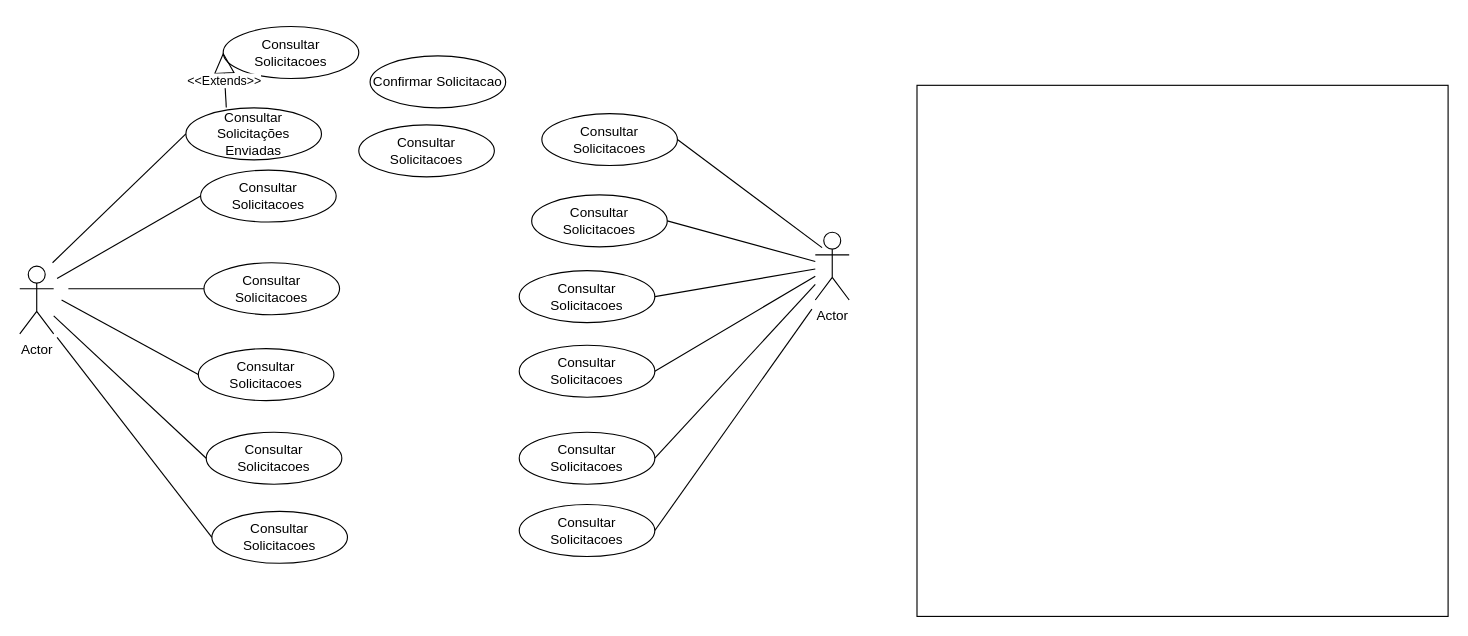
Before: diagrama_de_classe.drawio in sidnneygove/diagramas, a draw.io diagram. Source tidied: cells renumbered, new cells numbered last; positions are measured from the earlier drawing's top-left corner, leaving out a move shared by most shapes. Both pictures are drawn from the tidied source at 113%, with x=0, y=0 at pixel (19, 26).
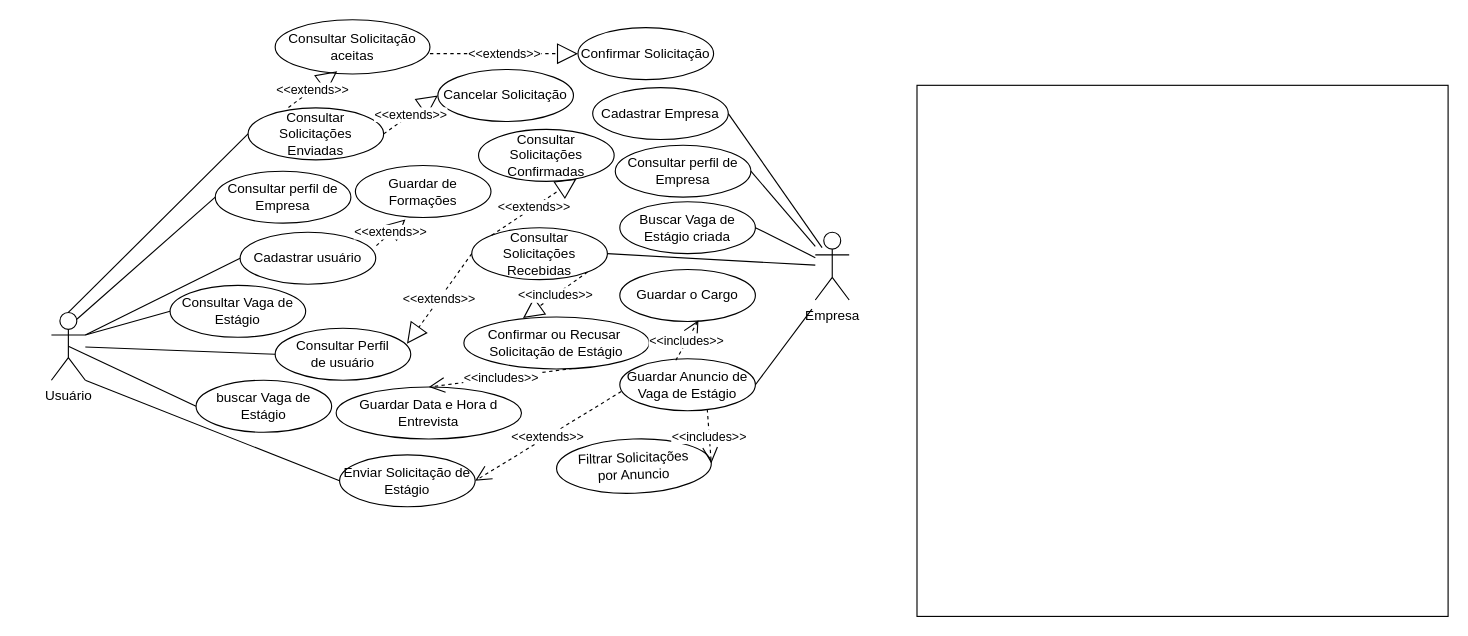
The same page after the edit.

Change to the diagram source:
```diff
@@
-    <mxCell id="3" value="Actor" style="shape=umlActor;verticalLabelPosition=bottom;verticalAlign=top;html=1;outlineConnect=0;" parent="1" vertex="1">
-      <mxGeometry y="212" width="30" height="60" as="geometry" />
+    <mxCell id="3" value="Usuário" style="shape=umlActor;verticalLabelPosition=bottom;verticalAlign=top;html=1;outlineConnect=0;" parent="1" vertex="1">
+      <mxGeometry x="28" y="253" width="30" height="60" as="geometry" />
     </mxCell>
-    <mxCell id="4" value="Consultar Solicitacoes" style="ellipse;whiteSpace=wrap;html=1;" parent="1" vertex="1">
-      <mxGeometry x="160" y="127" width="120" height="46" as="geometry" />
+    <mxCell id="4" value="Consultar perfil de Empresa" style="ellipse;whiteSpace=wrap;html=1;" parent="1" vertex="1">
+      <mxGeometry x="173" y="128" width="120" height="46" as="geometry" />
     </mxCell>
-    <mxCell id="5" value="Confirmar Solicitacao" style="ellipse;whiteSpace=wrap;html=1;" parent="1" vertex="1">
-      <mxGeometry x="310" y="26" width="120" height="46" as="geometry" />
+    <mxCell id="5" value="Confirmar Solicitação" style="ellipse;whiteSpace=wrap;html=1;" parent="1" vertex="1">
+      <mxGeometry x="494" y="1" width="120" height="46" as="geometry" />
     </mxCell>
-    <mxCell id="6" value="Consultar Solicitacoes" style="ellipse;whiteSpace=wrap;html=1;" parent="1" vertex="1">
-      <mxGeometry x="180" width="120" height="46" as="geometry" />
+    <mxCell id="6" value="Consultar Solicitação&lt;br&gt;aceitas" style="ellipse;whiteSpace=wrap;html=1;" parent="1" vertex="1">
+      <mxGeometry x="226" y="-6" width="137" height="48" as="geometry" />
     </mxCell>
-    <mxCell id="7" value="Consultar Solicitacoes" style="ellipse;whiteSpace=wrap;html=1;" parent="1" vertex="1">
-      <mxGeometry x="170" y="429" width="120" height="46" as="geometry" />
+    <mxCell id="7" value="Enviar Solicitação de Estágio" style="ellipse;whiteSpace=wrap;html=1;" parent="1" vertex="1">
+      <mxGeometry x="283" y="379" width="120" height="46" as="geometry" />
     </mxCell>
-    <mxCell id="8" value="Consultar Solicitacoes" style="ellipse;whiteSpace=wrap;html=1;" parent="1" vertex="1">
-      <mxGeometry x="163" y="209" width="120" height="46" as="geometry" />
+    <mxCell id="8" value="Consultar Vaga de Estágio" style="ellipse;whiteSpace=wrap;html=1;" parent="1" vertex="1">
+      <mxGeometry x="133" y="229" width="120" height="46" as="geometry" />
     </mxCell>
-    <mxCell id="9" value="Consultar Solicitacoes" style="ellipse;whiteSpace=wrap;html=1;" parent="1" vertex="1">
-      <mxGeometry x="165" y="359" width="120" height="46" as="geometry" />
+    <mxCell id="9" value="Consultar Perfil de&amp;nbsp;usuário" style="ellipse;whiteSpace=wrap;html=1;" parent="1" vertex="1">
+      <mxGeometry x="226" y="267" width="120" height="46" as="geometry" />
     </mxCell>
-    <mxCell id="10" value="Consultar Solicitacoes" style="ellipse;whiteSpace=wrap;html=1;" parent="1" vertex="1">
-      <mxGeometry x="158" y="285" width="120" height="46" as="geometry" />
+    <mxCell id="10" value="buscar Vaga de Estágio" style="ellipse;whiteSpace=wrap;html=1;" parent="1" vertex="1">
+      <mxGeometry x="156" y="313" width="120" height="46" as="geometry" />
     </mxCell>
     <mxCell id="11" value="Consultar Solicitações&lt;br&gt;Enviadas" style="ellipse;whiteSpace=wrap;html=1;" parent="1" vertex="1">
-      <mxGeometry x="147" y="72" width="120" height="46" as="geometry" />
+      <mxGeometry x="202" y="72" width="120" height="46" as="geometry" />
     </mxCell>
-    <mxCell id="12" style="endArrow=none;html=1;rounded=0;entryX=0;entryY=0.5;entryDx=0;entryDy=0;" parent="1" edge="1" target="11">
-      <mxGeometry relative="1" as="geometry">
-        <mxPoint x="29" y="209" as="sourcePoint" />
-      </mxGeometry>
+    <mxCell id="12" style="endArrow=none;html=1;rounded=0;entryX=0;entryY=0.5;entryDx=0;entryDy=0;exitX=0.5;exitY=0;exitDx=0;exitDy=0;exitPerimeter=0;" parent="1" edge="1" source="3" target="11">
+      <mxGeometry relative="1" as="geometry" />
     </mxCell>
-    <mxCell id="13" style="endArrow=none;html=1;rounded=0;entryX=0;entryY=0.5;entryDx=0;entryDy=0;" parent="1" edge="1" target="8">
-      <mxGeometry relative="1" as="geometry">
-        <mxPoint x="43" y="232" as="sourcePoint" />
-      </mxGeometry>
+    <mxCell id="13" style="endArrow=none;html=1;rounded=0;entryX=0;entryY=0.5;entryDx=0;entryDy=0;exitX=1;exitY=0.3333333333333333;exitDx=0;exitDy=0;exitPerimeter=0;" parent="1" edge="1" source="3" target="8">
+      <mxGeometry relative="1" as="geometry" />
     </mxCell>
-    <mxCell id="14" style="endArrow=none;html=1;rounded=0;entryX=0;entryY=0.5;entryDx=0;entryDy=0;" parent="1" edge="1" target="4">
-      <mxGeometry relative="1" as="geometry">
-        <mxPoint x="33" y="223" as="sourcePoint" />
-      </mxGeometry>
+    <mxCell id="14" style="endArrow=none;html=1;rounded=0;entryX=0;entryY=0.5;entryDx=0;entryDy=0;exitX=0.75;exitY=0.1;exitDx=0;exitDy=0;exitPerimeter=0;" parent="1" edge="1" source="3" target="4">
+      <mxGeometry relative="1" as="geometry" />
     </mxCell>
-    <mxCell id="15" style="endArrow=none;html=1;rounded=0;entryX=0;entryY=0.5;entryDx=0;entryDy=0;" parent="1" edge="1" target="7">
-      <mxGeometry relative="1" as="geometry">
-        <mxPoint x="33" y="275" as="sourcePoint" />
-      </mxGeometry>
+    <mxCell id="15" style="endArrow=none;html=1;rounded=0;entryX=0;entryY=0.5;entryDx=0;entryDy=0;exitX=1;exitY=1;exitDx=0;exitDy=0;exitPerimeter=0;" parent="1" edge="1" source="3" target="7">
+      <mxGeometry relative="1" as="geometry" />
     </mxCell>
-    <mxCell id="16" style="endArrow=none;html=1;rounded=0;entryX=0;entryY=0.5;entryDx=0;entryDy=0;" parent="1" edge="1" target="10">
-      <mxGeometry relative="1" as="geometry">
-        <mxPoint x="37" y="242" as="sourcePoint" />
-      </mxGeometry>
+    <mxCell id="16" style="endArrow=none;html=1;rounded=0;entryX=0;entryY=0.5;entryDx=0;entryDy=0;exitX=0.5;exitY=0.5;exitDx=0;exitDy=0;exitPerimeter=0;" parent="1" edge="1" source="3" target="10">
+      <mxGeometry relative="1" as="geometry" />
     </mxCell>
@@
-    <mxCell id="18" value="Actor" style="shape=umlActor;verticalLabelPosition=bottom;verticalAlign=top;html=1;outlineConnect=0;" parent="1" vertex="1">
+    <mxCell id="18" value="Empresa" style="shape=umlActor;verticalLabelPosition=bottom;verticalAlign=top;html=1;outlineConnect=0;" parent="1" vertex="1">
       <mxGeometry x="704" y="182" width="30" height="60" as="geometry" />
     </mxCell>
-    <mxCell id="19" value="Consultar Solicitacoes" style="ellipse;whiteSpace=wrap;html=1;" parent="1" vertex="1">
-      <mxGeometry x="453" y="149" width="120" height="46" as="geometry" />
+    <mxCell id="19" value="Consultar perfil de Empresa" style="ellipse;whiteSpace=wrap;html=1;" parent="1" vertex="1">
+      <mxGeometry x="527" y="105" width="120" height="46" as="geometry" />
     </mxCell>
-    <mxCell id="20" style="edgeStyle=orthogonalEdgeStyle;rounded=0;jettySize=auto;html=1;exitX=0;exitY=0.5;exitDx=0;exitDy=0;" parent="1" edge="1" source="21">
-      <mxGeometry relative="1" as="geometry">
-        <mxPoint x="458" y="456" as="targetPoint" />
-      </mxGeometry>
-    </mxCell>
-    <mxCell id="21" value="Consultar Solicitacoes" style="ellipse;whiteSpace=wrap;html=1;" parent="1" vertex="1">
-      <mxGeometry x="442" y="423" width="120" height="46" as="geometry" />
+    <mxCell id="21" value="Guardar Anuncio de Vaga de Estágio" style="ellipse;whiteSpace=wrap;html=1;" parent="1" vertex="1">
+      <mxGeometry x="531" y="294" width="120" height="46" as="geometry" />
     </mxCell>
-    <mxCell id="22" value="Consultar Solicitacoes" style="ellipse;whiteSpace=wrap;html=1;" parent="1" vertex="1">
-      <mxGeometry x="442" y="216" width="120" height="46" as="geometry" />
+    <mxCell id="22" value="Buscar Vaga de Estágio criada" style="ellipse;whiteSpace=wrap;html=1;" parent="1" vertex="1">
+      <mxGeometry x="531" y="155" width="120" height="46" as="geometry" />
     </mxCell>
-    <mxCell id="23" value="Consultar Solicitacoes" style="ellipse;whiteSpace=wrap;html=1;" parent="1" vertex="1">
-      <mxGeometry x="442" y="359" width="120" height="46" as="geometry" />
+    <mxCell id="23" value="Guardar o Cargo" style="ellipse;whiteSpace=wrap;html=1;" parent="1" vertex="1">
+      <mxGeometry x="531" y="215" width="120" height="46" as="geometry" />
     </mxCell>
-    <mxCell id="24" value="Consultar Solicitacoes" style="ellipse;whiteSpace=wrap;html=1;" parent="1" vertex="1">
-      <mxGeometry x="442" y="282" width="120" height="46" as="geometry" />
+    <mxCell id="24" value="Consultar Solicitações&lt;br style=&quot;border-color: var(--border-color);&quot;&gt;Recebidas" style="ellipse;whiteSpace=wrap;html=1;" parent="1" vertex="1">
+      <mxGeometry x="400" y="178" width="120" height="46" as="geometry" />
     </mxCell>
@@
-    <mxCell id="26" value="Consultar Solicitacoes" style="ellipse;whiteSpace=wrap;html=1;" parent="1" vertex="1">
-      <mxGeometry x="462" y="77" width="120" height="46" as="geometry" />
+    <mxCell id="26" value="Cadastrar Empresa" style="ellipse;whiteSpace=wrap;html=1;" parent="1" vertex="1">
+      <mxGeometry x="507" y="54" width="120" height="46" as="geometry" />
     </mxCell>
@@
-    <mxCell id="30" style="endArrow=none;html=1;rounded=0;entryX=1;entryY=0.5;entryDx=0;entryDy=0;" parent="1" edge="1" source="18" target="23">
-      <mxGeometry relative="1" as="geometry" />
-    </mxCell>
@@
-    <mxCell id="33" value="Consultar Solicitacoes" style="ellipse;whiteSpace=wrap;html=1;" parent="1" vertex="1">
-      <mxGeometry x="300" y="87" width="120" height="46" as="geometry" />
+    <mxCell id="33" value="Cancelar Solicitação" style="ellipse;whiteSpace=wrap;html=1;" parent="1" vertex="1">
+      <mxGeometry x="370" y="38" width="120" height="46" as="geometry" />
     </mxCell>
-    <mxCell id="34" value="&amp;lt;&amp;lt;Extends&amp;gt;&amp;gt;" style="endArrow=block;endSize=16;endFill=0;html=1;rounded=0;exitX=0.298;exitY=-0.009;exitDx=0;exitDy=0;exitPerimeter=0;entryX=0;entryY=0.5;entryDx=0;entryDy=0;" parent="1" edge="1" source="11" target="6">
+    <mxCell id="34" value="&amp;lt;&amp;lt;extends&amp;gt;&amp;gt;" style="endArrow=block;endSize=16;endFill=0;html=1;rounded=0;exitX=0.298;exitY=-0.009;exitDx=0;exitDy=0;exitPerimeter=0;entryX=0.401;entryY=0.95;entryDx=0;entryDy=0;entryPerimeter=0;dashed=1;" parent="1" edge="1" source="11" target="6">
       <mxGeometry relative="1" as="geometry" />
     </mxCell>
+    <mxCell id="35" value="&amp;lt;&amp;lt;extends&amp;gt;&amp;gt;" style="endArrow=block;endSize=16;endFill=0;html=1;rounded=0;exitX=1;exitY=0.5;exitDx=0;exitDy=0;entryX=0;entryY=0.5;entryDx=0;entryDy=0;dashed=1;" parent="1" edge="1" source="11" target="33">
+      <mxGeometry relative="1" as="geometry" />
+    </mxCell>
+    <mxCell id="36" value="&amp;lt;&amp;lt;extends&amp;gt;&amp;gt;" style="endArrow=block;endSize=16;endFill=0;html=1;rounded=0;entryX=0;entryY=0.5;entryDx=0;entryDy=0;exitX=1;exitY=0.625;exitDx=0;exitDy=0;exitPerimeter=0;dashed=1;" parent="1" edge="1" source="6" target="5">
+      <mxGeometry relative="1" as="geometry" />
+    </mxCell>
+    <mxCell id="37" value="Cadastrar usuário" style="ellipse;whiteSpace=wrap;html=1;" parent="1" vertex="1">
+      <mxGeometry x="195" y="182" width="120" height="46" as="geometry" />
+    </mxCell>
+    <mxCell id="38" style="endArrow=none;html=1;rounded=0;entryX=0;entryY=0.5;entryDx=0;entryDy=0;exitX=1;exitY=0.3333333333333333;exitDx=0;exitDy=0;exitPerimeter=0;" parent="1" edge="1" source="3" target="37">
+      <mxGeometry relative="1" as="geometry" />
+    </mxCell>
+    <mxCell id="39" value="Guardar de Formações" style="ellipse;whiteSpace=wrap;html=1;" parent="1" vertex="1">
+      <mxGeometry x="297" y="123" width="120" height="46" as="geometry" />
+    </mxCell>
+    <mxCell id="40" value="&amp;lt;&amp;lt;extends&amp;gt;&amp;gt;" style="endArrow=block;endSize=16;endFill=0;html=1;rounded=0;exitX=1.005;exitY=0.257;exitDx=0;exitDy=0;exitPerimeter=0;entryX=0.369;entryY=1.036;entryDx=0;entryDy=0;dashed=1;entryPerimeter=0;" parent="1" edge="1" source="37" target="39">
+      <mxGeometry relative="1" as="geometry" />
+    </mxCell>
+    <mxCell id="41" value="&amp;lt;&amp;lt;extends&amp;gt;&amp;gt;" style="endArrow=block;endSize=16;endFill=0;html=1;rounded=0;exitX=0;exitY=0.5;exitDx=0;exitDy=0;entryX=0.972;entryY=0.3;entryDx=0;entryDy=0;entryPerimeter=0;dashed=1;" parent="1" edge="1" source="24" target="9">
+      <mxGeometry relative="1" as="geometry" />
+    </mxCell>
+    <mxCell id="42" value="Consultar Solicitações&lt;br style=&quot;border-color: var(--border-color);&quot;&gt;Confirmadas" style="ellipse;whiteSpace=wrap;html=1;" parent="1" vertex="1">
+      <mxGeometry x="406" y="91" width="120" height="46" as="geometry" />
+    </mxCell>
+    <mxCell id="43" value="&amp;lt;&amp;lt;extends&amp;gt;&amp;gt;" style="endArrow=block;endSize=16;endFill=0;html=1;rounded=0;entryX=0.723;entryY=0.948;entryDx=0;entryDy=0;exitX=0;exitY=0;exitDx=0;exitDy=0;entryPerimeter=0;dashed=1;" parent="1" edge="1" source="24" target="42">
+      <mxGeometry relative="1" as="geometry" />
+    </mxCell>
+    <mxCell id="44" value="Confirmar ou Recusar&amp;nbsp; Solicitação de Estágio" style="ellipse;whiteSpace=wrap;html=1;" parent="1" vertex="1">
+      <mxGeometry x="393" y="257" width="164" height="46" as="geometry" />
+    </mxCell>
+    <mxCell id="45" value="&amp;lt;&amp;lt;includes&amp;gt;&amp;gt;" style="endArrow=block;endSize=16;endFill=0;html=1;rounded=0;exitX=1;exitY=1;exitDx=0;exitDy=0;entryX=0.319;entryY=0.022;entryDx=0;entryDy=0;entryPerimeter=0;dashed=1;" parent="1" edge="1" source="24" target="44">
+      <mxGeometry relative="1" as="geometry" />
+    </mxCell>
+    <mxCell id="46" value="Guardar Data e Hora d Entrevista" style="ellipse;whiteSpace=wrap;html=1;" parent="1" vertex="1">
+      <mxGeometry x="280" y="319" width="164" height="46" as="geometry" />
+    </mxCell>
+    <mxCell id="47" value="&amp;lt;&amp;lt;includes&amp;gt;&amp;gt;" style="endArrow=open;endSize=12;dashed=1;html=1;rounded=0;exitX=0.587;exitY=0.991;exitDx=0;exitDy=0;exitPerimeter=0;entryX=0.5;entryY=0;entryDx=0;entryDy=0;" parent="1" edge="1" source="44" target="46">
+      <mxGeometry relative="1" as="geometry" />
+    </mxCell>
+    <mxCell id="48" value="&amp;lt;&amp;lt;extends&amp;gt;&amp;gt;" style="endArrow=open;endSize=12;dashed=1;html=1;rounded=0;entryX=1;entryY=0.5;entryDx=0;entryDy=0;exitX=0.011;exitY=0.63;exitDx=0;exitDy=0;exitPerimeter=0;" parent="1" edge="1" source="21" target="7">
+      <mxGeometry relative="1" as="geometry" />
+    </mxCell>
+    <mxCell id="49" value="&amp;lt;&amp;lt;includes&amp;gt;&amp;gt;" style="endArrow=open;endSize=12;dashed=1;html=1;rounded=0;exitX=0.413;exitY=0.03;exitDx=0;exitDy=0;exitPerimeter=0;entryX=0.58;entryY=0.978;entryDx=0;entryDy=0;entryPerimeter=0;" parent="1" edge="1" source="21" target="23">
+      <mxGeometry relative="1" as="geometry" />
+    </mxCell>
+    <mxCell id="50" value="Filtrar Solicitações&lt;br style=&quot;border-color: var(--border-color);&quot;&gt;por Anuncio" style="ellipse;whiteSpace=wrap;html=1;rotation=-2;" parent="1" vertex="1">
+      <mxGeometry x="475" y="365" width="137" height="48" as="geometry" />
+    </mxCell>
+    <mxCell id="51" value="&amp;lt;&amp;lt;includes&amp;gt;&amp;gt;" style="endArrow=open;endSize=12;dashed=1;html=1;rounded=0;exitX=0.645;exitY=0.97;exitDx=0;exitDy=0;exitPerimeter=0;entryX=1;entryY=0.5;entryDx=0;entryDy=0;" parent="1" edge="1" source="21" target="50">
+      <mxGeometry relative="1" as="geometry" />
+    </mxCell>
```
